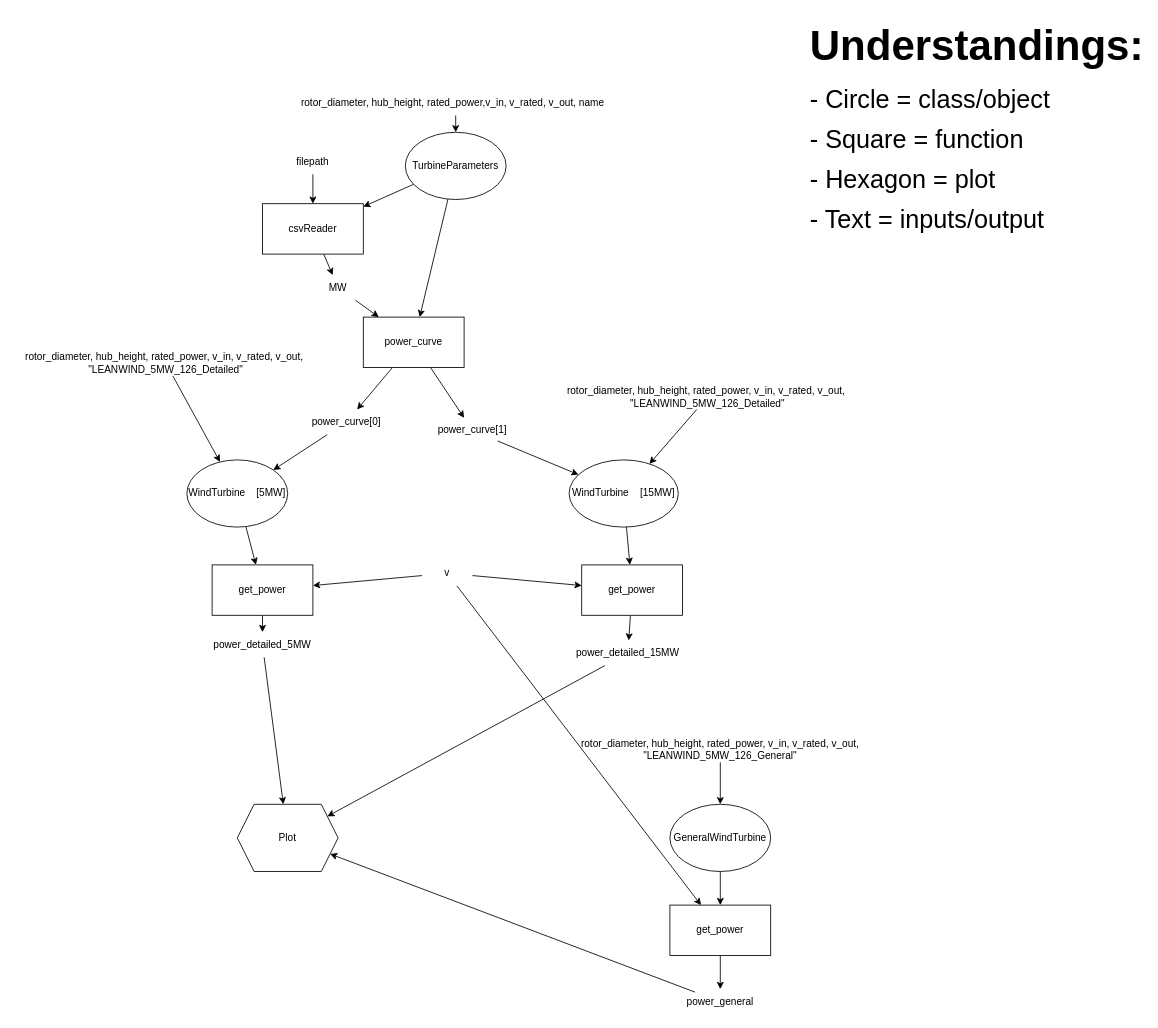
Before: Diagram.drawio in DTUWindEducation/final-project-brunchyy, a draw.io diagram. Source tidied: cells renumbered, new cells numbered last; positions are measured from the earlier drawing's top-left corner, leaving out a move shared by most shapes. Both pictures are drawn from the tidied source at 84%, with x=0, y=0 at pixel (14, 14).
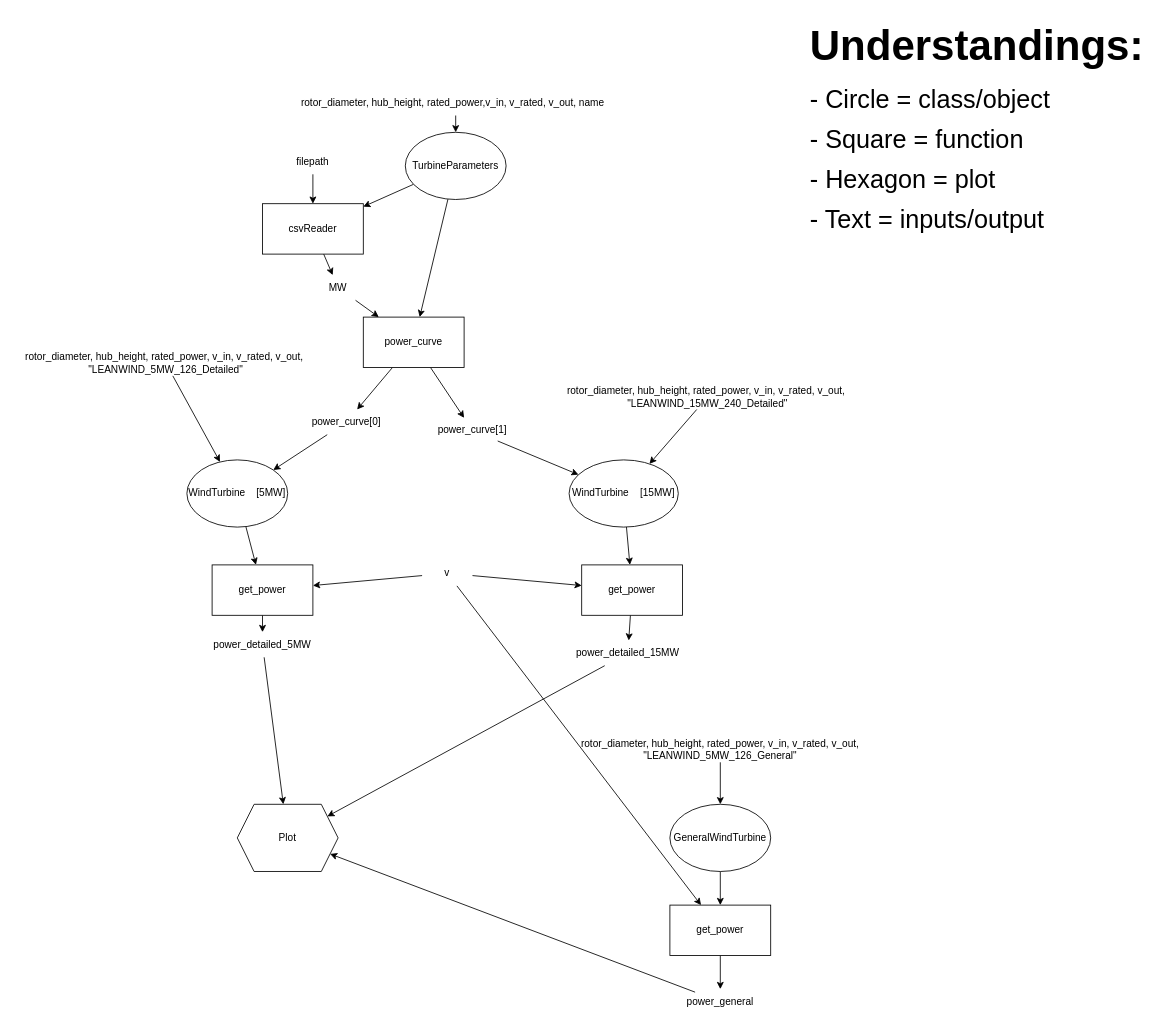
The same diagram, later.

Commit message (it also covers changes not shown here):
Pushing the function diagram

Diff of the diagram source:
```diff
@@
-    <mxCell id="29" value="rotor_diameter, hub_height, rated_power, v_in, v_rated, v_out,&amp;nbsp; &quot;LEANWIND_5MW_126_Detailed&quot;" style="text;html=1;align=center;verticalAlign=middle;whiteSpace=wrap;rounded=0;" parent="1" vertex="1">
+    <mxCell id="29" value="rotor_diameter, hub_height, rated_power, v_in, v_rated, v_out,&amp;nbsp; &quot;LEANWIND_15MW_240_Detailed&quot;" style="text;html=1;align=center;verticalAlign=middle;whiteSpace=wrap;rounded=0;" parent="1" vertex="1">
       <mxGeometry x="645" y="440" width="360" height="30" as="geometry" />
     </mxCell>
```
